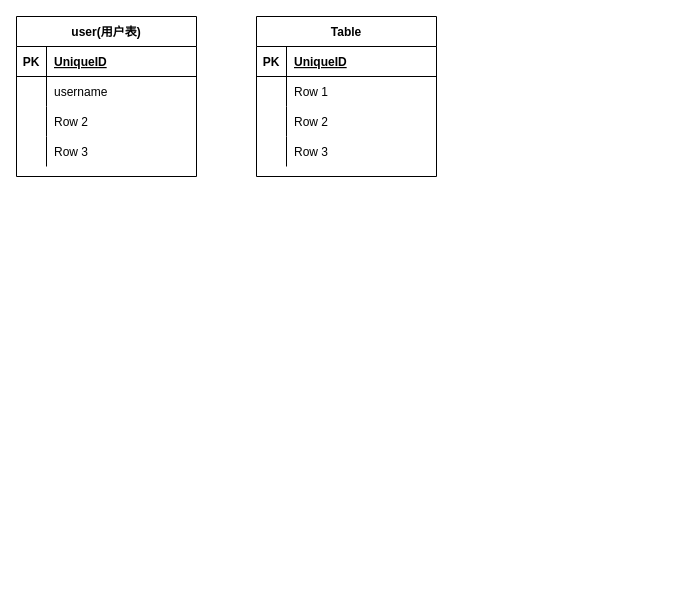
Above: save/表设计.drawio in chenweihan/UML (draw.io), before the change. Source tidied: cells renumbered, new cells numbered last; positions are measured from the earlier drawing's top-left corner, leaving out a move shared by most shapes. Both pictures are drawn from the tidied source at 100%, with x=0, y=0 at pixel (16, 16).
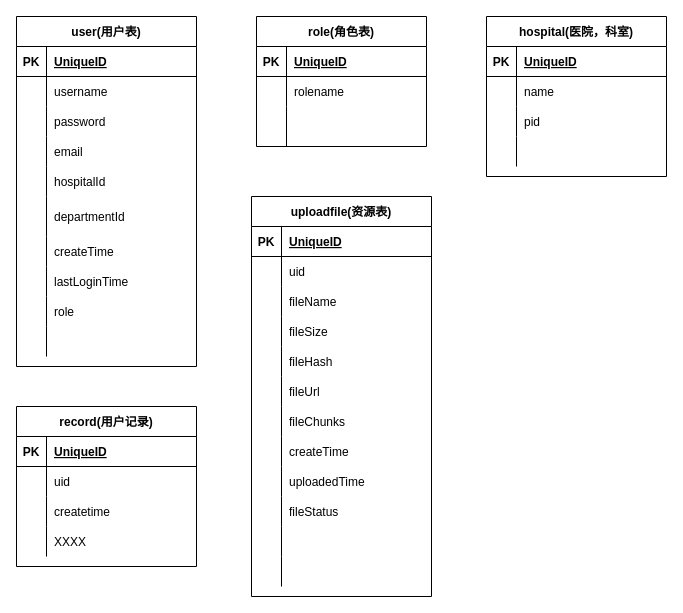
The same diagram, later.

Commit message (it also covers changes not shown here):
更新表设计.drawio

Unchanged cells that the change refers to:
```xml
<mxCell id="9" style="shape=partialRectangle;fillColor=none;top=0;left=0;bottom=0;right=0;" parent="2" vertex="1">
  <mxGeometry y="90" width="180" height="30" as="geometry" />
</mxCell>
<mxCell id="12" style="shape=partialRectangle;fillColor=none;top=0;left=0;bottom=0;right=0;" parent="2" vertex="1">
  <mxGeometry y="120" width="180" height="30" as="geometry" />
</mxCell>
```

What changed in the source:
```diff
@@
     <mxCell id="2" value="user(用户表)" style="shape=table;startSize=30;childLayout=tableLayout;rowLines=0;fontStyle=1;align=center;" parent="1" vertex="1">
-      <mxGeometry width="180" height="160" as="geometry" />
+      <mxGeometry width="180" height="350" as="geometry" />
     </mxCell>
@@
-    <mxCell id="11" value="Row 2" style="shape=partialRectangle;fillColor=none;top=0;left=0;bottom=0;right=0;align=left;spacingLeft=6;overflow=hidden;" parent="9" vertex="1">
+    <mxCell id="11" value="password" style="shape=partialRectangle;fillColor=none;top=0;left=0;bottom=0;right=0;align=left;spacingLeft=6;overflow=hidden;" parent="9" vertex="1">
       <mxGeometry x="30" width="150" height="30" as="geometry" />
     </mxCell>
@@
-    <mxCell id="14" value="Row 3" style="shape=partialRectangle;fillColor=none;top=0;left=0;bottom=0;right=0;align=left;spacingLeft=6;overflow=hidden;" parent="12" vertex="1">
+    <mxCell id="14" value="email" style="shape=partialRectangle;fillColor=none;top=0;left=0;bottom=0;right=0;align=left;spacingLeft=6;overflow=hidden;" parent="12" vertex="1">
       <mxGeometry x="30" width="150" height="30" as="geometry" />
     </mxCell>
+    <mxCell id="28" style="shape=partialRectangle;fillColor=none;top=0;left=0;bottom=0;right=0;" parent="2" vertex="1">
+      <mxGeometry y="150" width="180" height="30" as="geometry" />
+    </mxCell>
+    <mxCell id="29" style="shape=partialRectangle;fillColor=none;top=0;left=0;bottom=0;right=0;overflow=hidden;" parent="28" vertex="1">
+      <mxGeometry width="30" height="30" as="geometry" />
+    </mxCell>
+    <mxCell id="30" value="hospitalId" style="shape=partialRectangle;fillColor=none;top=0;left=0;bottom=0;right=0;align=left;spacingLeft=6;overflow=hidden;" parent="28" vertex="1">
+      <mxGeometry x="30" width="150" height="30" as="geometry" />
+    </mxCell>
+    <mxCell id="31" style="shape=partialRectangle;fillColor=none;top=0;left=0;bottom=0;right=0;" parent="2" vertex="1">
+      <mxGeometry y="180" width="180" height="40" as="geometry" />
+    </mxCell>
+    <mxCell id="32" style="shape=partialRectangle;fillColor=none;top=0;left=0;bottom=0;right=0;overflow=hidden;" parent="31" vertex="1">
+      <mxGeometry width="30" height="40" as="geometry" />
+    </mxCell>
+    <mxCell id="33" value="departmentId" style="shape=partialRectangle;fillColor=none;top=0;left=0;bottom=0;right=0;align=left;spacingLeft=6;overflow=hidden;" parent="31" vertex="1">
+      <mxGeometry x="30" width="150" height="40" as="geometry" />
+    </mxCell>
+    <mxCell id="34" style="shape=partialRectangle;fillColor=none;top=0;left=0;bottom=0;right=0;" parent="2" vertex="1">
+      <mxGeometry y="220" width="180" height="30" as="geometry" />
+    </mxCell>
+    <mxCell id="35" style="shape=partialRectangle;fillColor=none;top=0;left=0;bottom=0;right=0;overflow=hidden;" parent="34" vertex="1">
+      <mxGeometry width="30" height="30" as="geometry" />
+    </mxCell>
+    <mxCell id="36" value="createTime" style="shape=partialRectangle;fillColor=none;top=0;left=0;bottom=0;right=0;align=left;spacingLeft=6;overflow=hidden;" parent="34" vertex="1">
+      <mxGeometry x="30" width="150" height="30" as="geometry" />
+    </mxCell>
+    <mxCell id="37" style="shape=partialRectangle;fillColor=none;top=0;left=0;bottom=0;right=0;" parent="2" vertex="1">
+      <mxGeometry y="250" width="180" height="30" as="geometry" />
+    </mxCell>
+    <mxCell id="38" style="shape=partialRectangle;fillColor=none;top=0;left=0;bottom=0;right=0;overflow=hidden;" parent="37" vertex="1">
+      <mxGeometry width="30" height="30" as="geometry" />
+    </mxCell>
+    <mxCell id="39" value="lastLoginTime" style="shape=partialRectangle;fillColor=none;top=0;left=0;bottom=0;right=0;align=left;spacingLeft=6;overflow=hidden;" parent="37" vertex="1">
+      <mxGeometry x="30" width="150" height="30" as="geometry" />
+    </mxCell>
+    <mxCell id="40" style="shape=partialRectangle;fillColor=none;top=0;left=0;bottom=0;right=0;" parent="2" vertex="1">
+      <mxGeometry y="280" width="180" height="30" as="geometry" />
+    </mxCell>
+    <mxCell id="41" style="shape=partialRectangle;fillColor=none;top=0;left=0;bottom=0;right=0;overflow=hidden;" parent="40" vertex="1">
+      <mxGeometry width="30" height="30" as="geometry" />
+    </mxCell>
+    <mxCell id="42" value="role" style="shape=partialRectangle;fillColor=none;top=0;left=0;bottom=0;right=0;align=left;spacingLeft=6;overflow=hidden;" parent="40" vertex="1">
+      <mxGeometry x="30" width="150" height="30" as="geometry" />
+    </mxCell>
+    <mxCell id="43" style="shape=partialRectangle;fillColor=none;top=0;left=0;bottom=0;right=0;" parent="2" vertex="1">
+      <mxGeometry y="310" width="180" height="30" as="geometry" />
+    </mxCell>
+    <mxCell id="44" style="shape=partialRectangle;fillColor=none;top=0;left=0;bottom=0;right=0;overflow=hidden;" parent="43" vertex="1">
+      <mxGeometry width="30" height="30" as="geometry" />
+    </mxCell>
+    <mxCell id="45" style="shape=partialRectangle;fillColor=none;top=0;left=0;bottom=0;right=0;align=left;spacingLeft=6;overflow=hidden;" parent="43" vertex="1">
+      <mxGeometry x="30" width="150" height="30" as="geometry" />
+    </mxCell>
-    <mxCell id="15" value="Table" style="shape=table;startSize=30;childLayout=tableLayout;rowLines=0;fontStyle=1;align=center;" parent="1" vertex="1">
-      <mxGeometry x="240" width="180" height="160" as="geometry" />
+    <mxCell id="15" value="role(角色表)" style="shape=table;startSize=30;childLayout=tableLayout;rowLines=0;fontStyle=1;align=center;" parent="1" vertex="1">
+      <mxGeometry x="240" width="170" height="130" as="geometry" />
     </mxCell>
     <mxCell id="16" style="shape=partialRectangle;fillColor=none;top=0;left=0;bottom=1;right=0;" parent="15" vertex="1">
-      <mxGeometry y="30" width="180" height="30" as="geometry" />
+      <mxGeometry y="30" width="170" height="30" as="geometry" />
     </mxCell>
@@
     <mxCell id="18" value="UniqueID" style="shape=partialRectangle;fillColor=none;top=0;left=0;bottom=0;right=0;align=left;spacingLeft=6;fontStyle=5;overflow=hidden;" parent="16" vertex="1">
-      <mxGeometry x="30" width="150" height="30" as="geometry" />
+      <mxGeometry x="30" width="140" height="30" as="geometry" />
     </mxCell>
     <mxCell id="19" style="shape=partialRectangle;fillColor=none;top=0;left=0;bottom=0;right=0;" parent="15" vertex="1">
-      <mxGeometry y="60" width="180" height="30" as="geometry" />
+      <mxGeometry y="60" width="170" height="30" as="geometry" />
     </mxCell>
@@
-    <mxCell id="21" value="Row 1" style="shape=partialRectangle;fillColor=none;top=0;left=0;bottom=0;right=0;align=left;spacingLeft=6;overflow=hidden;" parent="19" vertex="1">
-      <mxGeometry x="30" width="150" height="30" as="geometry" />
+    <mxCell id="21" value="rolename" style="shape=partialRectangle;fillColor=none;top=0;left=0;bottom=0;right=0;align=left;spacingLeft=6;overflow=hidden;" parent="19" vertex="1">
+      <mxGeometry x="30" width="140" height="30" as="geometry" />
     </mxCell>
     <mxCell id="22" style="shape=partialRectangle;fillColor=none;top=0;left=0;bottom=0;right=0;" parent="15" vertex="1">
-      <mxGeometry y="90" width="180" height="30" as="geometry" />
+      <mxGeometry y="90" width="170" height="40" as="geometry" />
     </mxCell>
     <mxCell id="23" style="shape=partialRectangle;fillColor=none;top=0;left=0;bottom=0;right=0;overflow=hidden;" parent="22" vertex="1">
-      <mxGeometry width="30" height="30" as="geometry" />
+      <mxGeometry width="30" height="40" as="geometry" />
     </mxCell>
-    <mxCell id="24" value="Row 2" style="shape=partialRectangle;fillColor=none;top=0;left=0;bottom=0;right=0;align=left;spacingLeft=6;overflow=hidden;" parent="22" vertex="1">
-      <mxGeometry x="30" width="150" height="30" as="geometry" />
+    <mxCell id="24" style="shape=partialRectangle;fillColor=none;top=0;left=0;bottom=0;right=0;align=left;spacingLeft=6;overflow=hidden;" parent="22" vertex="1">
+      <mxGeometry x="30" width="140" height="40" as="geometry" />
     </mxCell>
-    <mxCell id="25" style="shape=partialRectangle;fillColor=none;top=0;left=0;bottom=0;right=0;" parent="15" vertex="1">
-      <mxGeometry y="120" width="180" height="30" as="geometry" />
-    </mxCell>
-    <mxCell id="26" style="shape=partialRectangle;fillColor=none;top=0;left=0;bottom=0;right=0;overflow=hidden;" parent="25" vertex="1">
-      <mxGeometry width="30" height="30" as="geometry" />
-    </mxCell>
-    <mxCell id="27" value="Row 3" style="shape=partialRectangle;fillColor=none;top=0;left=0;bottom=0;right=0;align=left;spacingLeft=6;overflow=hidden;" parent="25" vertex="1">
-      <mxGeometry x="30" width="150" height="30" as="geometry" />
-    </mxCell>
+    <mxCell id="46" value="hospital(医院，科室)" style="shape=table;startSize=30;childLayout=tableLayout;rowLines=0;fontStyle=1;align=center;" parent="1" vertex="1">
+      <mxGeometry x="470" width="180" height="160" as="geometry" />
+    </mxCell>
+    <mxCell id="47" style="shape=partialRectangle;fillColor=none;top=0;left=0;bottom=1;right=0;" parent="46" vertex="1">
+      <mxGeometry y="30" width="180" height="30" as="geometry" />
+    </mxCell>
+    <mxCell id="48" value="PK" style="shape=partialRectangle;fillColor=none;top=0;left=0;bottom=0;right=0;fontStyle=1;overflow=hidden;" parent="47" vertex="1">
+      <mxGeometry width="30" height="30" as="geometry" />
+    </mxCell>
+    <mxCell id="49" value="UniqueID" style="shape=partialRectangle;fillColor=none;top=0;left=0;bottom=0;right=0;align=left;spacingLeft=6;fontStyle=5;overflow=hidden;" parent="47" vertex="1">
+      <mxGeometry x="30" width="150" height="30" as="geometry" />
+    </mxCell>
+    <mxCell id="50" style="shape=partialRectangle;fillColor=none;top=0;left=0;bottom=0;right=0;" parent="46" vertex="1">
+      <mxGeometry y="60" width="180" height="30" as="geometry" />
+    </mxCell>
+    <mxCell id="51" style="shape=partialRectangle;fillColor=none;top=0;left=0;bottom=0;right=0;overflow=hidden;" parent="50" vertex="1">
+      <mxGeometry width="30" height="30" as="geometry" />
+    </mxCell>
+    <mxCell id="52" value="name" style="shape=partialRectangle;fillColor=none;top=0;left=0;bottom=0;right=0;align=left;spacingLeft=6;overflow=hidden;" parent="50" vertex="1">
+      <mxGeometry x="30" width="150" height="30" as="geometry" />
+    </mxCell>
+    <mxCell id="53" style="shape=partialRectangle;fillColor=none;top=0;left=0;bottom=0;right=0;" parent="46" vertex="1">
+      <mxGeometry y="90" width="180" height="30" as="geometry" />
+    </mxCell>
+    <mxCell id="54" style="shape=partialRectangle;fillColor=none;top=0;left=0;bottom=0;right=0;overflow=hidden;" parent="53" vertex="1">
+      <mxGeometry width="30" height="30" as="geometry" />
+    </mxCell>
+    <mxCell id="55" value="pid" style="shape=partialRectangle;fillColor=none;top=0;left=0;bottom=0;right=0;align=left;spacingLeft=6;overflow=hidden;" parent="53" vertex="1">
+      <mxGeometry x="30" width="150" height="30" as="geometry" />
+    </mxCell>
+    <mxCell id="56" style="shape=partialRectangle;fillColor=none;top=0;left=0;bottom=0;right=0;" parent="46" vertex="1">
+      <mxGeometry y="120" width="180" height="30" as="geometry" />
+    </mxCell>
+    <mxCell id="57" style="shape=partialRectangle;fillColor=none;top=0;left=0;bottom=0;right=0;overflow=hidden;" parent="56" vertex="1">
+      <mxGeometry width="30" height="30" as="geometry" />
+    </mxCell>
+    <mxCell id="58" style="shape=partialRectangle;fillColor=none;top=0;left=0;bottom=0;right=0;align=left;spacingLeft=6;overflow=hidden;" parent="56" vertex="1">
+      <mxGeometry x="30" width="150" height="30" as="geometry" />
+    </mxCell>
+    <mxCell id="59" value="record(用户记录)" style="shape=table;startSize=30;childLayout=tableLayout;rowLines=0;fontStyle=1;align=center;" parent="1" vertex="1">
+      <mxGeometry y="390" width="180" height="160" as="geometry" />
+    </mxCell>
+    <mxCell id="60" style="shape=partialRectangle;fillColor=none;top=0;left=0;bottom=1;right=0;" parent="59" vertex="1">
+      <mxGeometry y="30" width="180" height="30" as="geometry" />
+    </mxCell>
+    <mxCell id="61" value="PK" style="shape=partialRectangle;fillColor=none;top=0;left=0;bottom=0;right=0;fontStyle=1;overflow=hidden;" parent="60" vertex="1">
+      <mxGeometry width="30" height="30" as="geometry" />
+    </mxCell>
+    <mxCell id="62" value="UniqueID" style="shape=partialRectangle;fillColor=none;top=0;left=0;bottom=0;right=0;align=left;spacingLeft=6;fontStyle=5;overflow=hidden;" parent="60" vertex="1">
+      <mxGeometry x="30" width="150" height="30" as="geometry" />
+    </mxCell>
+    <mxCell id="63" style="shape=partialRectangle;fillColor=none;top=0;left=0;bottom=0;right=0;" parent="59" vertex="1">
+      <mxGeometry y="60" width="180" height="30" as="geometry" />
+    </mxCell>
+    <mxCell id="64" style="shape=partialRectangle;fillColor=none;top=0;left=0;bottom=0;right=0;overflow=hidden;" parent="63" vertex="1">
+      <mxGeometry width="30" height="30" as="geometry" />
+    </mxCell>
+    <mxCell id="65" value="uid" style="shape=partialRectangle;fillColor=none;top=0;left=0;bottom=0;right=0;align=left;spacingLeft=6;overflow=hidden;" parent="63" vertex="1">
+      <mxGeometry x="30" width="150" height="30" as="geometry" />
+    </mxCell>
+    <mxCell id="66" style="shape=partialRectangle;fillColor=none;top=0;left=0;bottom=0;right=0;" parent="59" vertex="1">
+      <mxGeometry y="90" width="180" height="30" as="geometry" />
+    </mxCell>
+    <mxCell id="67" style="shape=partialRectangle;fillColor=none;top=0;left=0;bottom=0;right=0;overflow=hidden;" parent="66" vertex="1">
+      <mxGeometry width="30" height="30" as="geometry" />
+    </mxCell>
+    <mxCell id="68" value="createtime" style="shape=partialRectangle;fillColor=none;top=0;left=0;bottom=0;right=0;align=left;spacingLeft=6;overflow=hidden;" parent="66" vertex="1">
+      <mxGeometry x="30" width="150" height="30" as="geometry" />
+    </mxCell>
+    <mxCell id="69" style="shape=partialRectangle;fillColor=none;top=0;left=0;bottom=0;right=0;" parent="59" vertex="1">
+      <mxGeometry y="120" width="180" height="30" as="geometry" />
+    </mxCell>
+    <mxCell id="70" style="shape=partialRectangle;fillColor=none;top=0;left=0;bottom=0;right=0;overflow=hidden;" parent="69" vertex="1">
+      <mxGeometry width="30" height="30" as="geometry" />
+    </mxCell>
+    <mxCell id="71" value="XXXX" style="shape=partialRectangle;fillColor=none;top=0;left=0;bottom=0;right=0;align=left;spacingLeft=6;overflow=hidden;" parent="69" vertex="1">
+      <mxGeometry x="30" width="150" height="30" as="geometry" />
+    </mxCell>
+    <mxCell id="72" value="uploadfile(资源表)" style="shape=table;startSize=30;childLayout=tableLayout;rowLines=0;fontStyle=1;align=center;" parent="1" vertex="1">
+      <mxGeometry x="235" y="180" width="180" height="400" as="geometry" />
+    </mxCell>
+    <mxCell id="73" style="shape=partialRectangle;fillColor=none;top=0;left=0;bottom=1;right=0;" parent="72" vertex="1">
+      <mxGeometry y="30" width="180" height="30" as="geometry" />
+    </mxCell>
+    <mxCell id="74" value="PK" style="shape=partialRectangle;fillColor=none;top=0;left=0;bottom=0;right=0;fontStyle=1;overflow=hidden;" parent="73" vertex="1">
+      <mxGeometry width="30" height="30" as="geometry" />
+    </mxCell>
+    <mxCell id="75" value="UniqueID" style="shape=partialRectangle;fillColor=none;top=0;left=0;bottom=0;right=0;align=left;spacingLeft=6;fontStyle=5;overflow=hidden;" parent="73" vertex="1">
+      <mxGeometry x="30" width="150" height="30" as="geometry" />
+    </mxCell>
+    <mxCell id="76" style="shape=partialRectangle;fillColor=none;top=0;left=0;bottom=0;right=0;" parent="72" vertex="1">
+      <mxGeometry y="60" width="180" height="30" as="geometry" />
+    </mxCell>
+    <mxCell id="77" style="shape=partialRectangle;fillColor=none;top=0;left=0;bottom=0;right=0;overflow=hidden;" parent="76" vertex="1">
+      <mxGeometry width="30" height="30" as="geometry" />
+    </mxCell>
+    <mxCell id="78" value="uid" style="shape=partialRectangle;fillColor=none;top=0;left=0;bottom=0;right=0;align=left;spacingLeft=6;overflow=hidden;" parent="76" vertex="1">
+      <mxGeometry x="30" width="150" height="30" as="geometry" />
+    </mxCell>
+    <mxCell id="79" style="shape=partialRectangle;fillColor=none;top=0;left=0;bottom=0;right=0;" parent="72" vertex="1">
+      <mxGeometry y="90" width="180" height="30" as="geometry" />
+    </mxCell>
+    <mxCell id="80" style="shape=partialRectangle;fillColor=none;top=0;left=0;bottom=0;right=0;overflow=hidden;" parent="79" vertex="1">
+      <mxGeometry width="30" height="30" as="geometry" />
+    </mxCell>
+    <mxCell id="81" value="fileName" style="shape=partialRectangle;fillColor=none;top=0;left=0;bottom=0;right=0;align=left;spacingLeft=6;overflow=hidden;" parent="79" vertex="1">
+      <mxGeometry x="30" width="150" height="30" as="geometry" />
+    </mxCell>
+    <mxCell id="82" style="shape=partialRectangle;fillColor=none;top=0;left=0;bottom=0;right=0;" parent="72" vertex="1">
+      <mxGeometry y="120" width="180" height="30" as="geometry" />
+    </mxCell>
+    <mxCell id="83" style="shape=partialRectangle;fillColor=none;top=0;left=0;bottom=0;right=0;overflow=hidden;" parent="82" vertex="1">
+      <mxGeometry width="30" height="30" as="geometry" />
+    </mxCell>
+    <mxCell id="84" value="fileSize" style="shape=partialRectangle;fillColor=none;top=0;left=0;bottom=0;right=0;align=left;spacingLeft=6;overflow=hidden;" parent="82" vertex="1">
+      <mxGeometry x="30" width="150" height="30" as="geometry" />
+    </mxCell>
+    <mxCell id="85" style="shape=partialRectangle;fillColor=none;top=0;left=0;bottom=0;right=0;" parent="72" vertex="1">
+      <mxGeometry y="150" width="180" height="30" as="geometry" />
+    </mxCell>
+    <mxCell id="86" style="shape=partialRectangle;fillColor=none;top=0;left=0;bottom=0;right=0;overflow=hidden;" parent="85" vertex="1">
+      <mxGeometry width="30" height="30" as="geometry" />
+    </mxCell>
+    <mxCell id="87" value="fileHash" style="shape=partialRectangle;fillColor=none;top=0;left=0;bottom=0;right=0;align=left;spacingLeft=6;overflow=hidden;" parent="85" vertex="1">
+      <mxGeometry x="30" width="150" height="30" as="geometry" />
+    </mxCell>
+    <mxCell id="88" style="shape=partialRectangle;fillColor=none;top=0;left=0;bottom=0;right=0;" parent="72" vertex="1">
+      <mxGeometry y="180" width="180" height="30" as="geometry" />
+    </mxCell>
+    <mxCell id="89" style="shape=partialRectangle;fillColor=none;top=0;left=0;bottom=0;right=0;overflow=hidden;" parent="88" vertex="1">
+      <mxGeometry width="30" height="30" as="geometry" />
+    </mxCell>
+    <mxCell id="90" value="fileUrl" style="shape=partialRectangle;fillColor=none;top=0;left=0;bottom=0;right=0;align=left;spacingLeft=6;overflow=hidden;" parent="88" vertex="1">
+      <mxGeometry x="30" width="150" height="30" as="geometry" />
+    </mxCell>
+    <mxCell id="91" style="shape=partialRectangle;fillColor=none;top=0;left=0;bottom=0;right=0;" parent="72" vertex="1">
+      <mxGeometry y="210" width="180" height="30" as="geometry" />
+    </mxCell>
+    <mxCell id="92" style="shape=partialRectangle;fillColor=none;top=0;left=0;bottom=0;right=0;overflow=hidden;" parent="91" vertex="1">
+      <mxGeometry width="30" height="30" as="geometry" />
+    </mxCell>
+    <mxCell id="93" value="fileChunks" style="shape=partialRectangle;fillColor=none;top=0;left=0;bottom=0;right=0;align=left;spacingLeft=6;overflow=hidden;" parent="91" vertex="1">
+      <mxGeometry x="30" width="150" height="30" as="geometry" />
+    </mxCell>
+    <mxCell id="94" style="shape=partialRectangle;fillColor=none;top=0;left=0;bottom=0;right=0;" parent="72" vertex="1">
+      <mxGeometry y="240" width="180" height="30" as="geometry" />
+    </mxCell>
+    <mxCell id="95" style="shape=partialRectangle;fillColor=none;top=0;left=0;bottom=0;right=0;overflow=hidden;" parent="94" vertex="1">
+      <mxGeometry width="30" height="30" as="geometry" />
+    </mxCell>
+    <mxCell id="96" value="createTime" style="shape=partialRectangle;fillColor=none;top=0;left=0;bottom=0;right=0;align=left;spacingLeft=6;overflow=hidden;" parent="94" vertex="1">
+      <mxGeometry x="30" width="150" height="30" as="geometry" />
+    </mxCell>
+    <mxCell id="97" style="shape=partialRectangle;fillColor=none;top=0;left=0;bottom=0;right=0;" parent="72" vertex="1">
+      <mxGeometry y="270" width="180" height="30" as="geometry" />
+    </mxCell>
+    <mxCell id="98" style="shape=partialRectangle;fillColor=none;top=0;left=0;bottom=0;right=0;overflow=hidden;" parent="97" vertex="1">
+      <mxGeometry width="30" height="30" as="geometry" />
+    </mxCell>
+    <mxCell id="99" value="uploadedTime" style="shape=partialRectangle;fillColor=none;top=0;left=0;bottom=0;right=0;align=left;spacingLeft=6;overflow=hidden;" parent="97" vertex="1">
+      <mxGeometry x="30" width="150" height="30" as="geometry" />
+    </mxCell>
+    <mxCell id="100" style="shape=partialRectangle;fillColor=none;top=0;left=0;bottom=0;right=0;" parent="72" vertex="1">
+      <mxGeometry y="300" width="180" height="30" as="geometry" />
+    </mxCell>
+    <mxCell id="101" style="shape=partialRectangle;fillColor=none;top=0;left=0;bottom=0;right=0;overflow=hidden;" parent="100" vertex="1">
+      <mxGeometry width="30" height="30" as="geometry" />
+    </mxCell>
+    <mxCell id="102" value="fileStatus" style="shape=partialRectangle;fillColor=none;top=0;left=0;bottom=0;right=0;align=left;spacingLeft=6;overflow=hidden;" parent="100" vertex="1">
+      <mxGeometry x="30" width="150" height="30" as="geometry" />
+    </mxCell>
+    <mxCell id="103" style="shape=partialRectangle;fillColor=none;top=0;left=0;bottom=0;right=0;" parent="72" vertex="1">
+      <mxGeometry y="330" width="180" height="30" as="geometry" />
+    </mxCell>
+    <mxCell id="104" style="shape=partialRectangle;fillColor=none;top=0;left=0;bottom=0;right=0;overflow=hidden;" parent="103" vertex="1">
+      <mxGeometry width="30" height="30" as="geometry" />
+    </mxCell>
+    <mxCell id="105" style="shape=partialRectangle;fillColor=none;top=0;left=0;bottom=0;right=0;align=left;spacingLeft=6;overflow=hidden;" parent="103" vertex="1">
+      <mxGeometry x="30" width="150" height="30" as="geometry" />
+    </mxCell>
+    <mxCell id="106" style="shape=partialRectangle;fillColor=none;top=0;left=0;bottom=0;right=0;" parent="72" vertex="1">
+      <mxGeometry y="360" width="180" height="30" as="geometry" />
+    </mxCell>
+    <mxCell id="107" style="shape=partialRectangle;fillColor=none;top=0;left=0;bottom=0;right=0;overflow=hidden;" parent="106" vertex="1">
+      <mxGeometry width="30" height="30" as="geometry" />
+    </mxCell>
+    <mxCell id="108" style="shape=partialRectangle;fillColor=none;top=0;left=0;bottom=0;right=0;align=left;spacingLeft=6;overflow=hidden;" parent="106" vertex="1">
+      <mxGeometry x="30" width="150" height="30" as="geometry" />
+    </mxCell>
```
